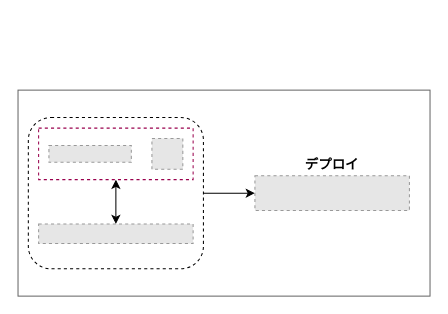
The draw.io diagram src/assets/readme/architecture.png.drawio in kurakke/library, before the edit. Source tidied: cells renumbered, new cells numbered last; positions are measured from the earlier drawing's top-left corner, leaving out a move shared by most shapes. Both pictures are drawn from the tidied source at 103%, with x=0, y=0 at pixel (18, 90). Pictures stored in the file or linked from it are replaced by grey dashed boxes.
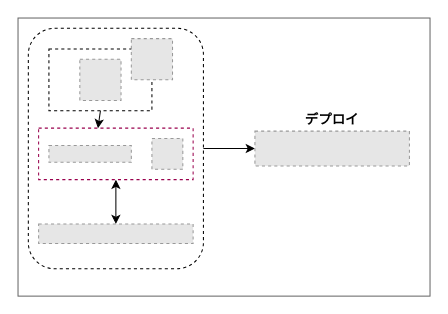
Above is the later version.

Commit message:
feat: アーキテクチャを編集しました.

Diff of the diagram source:
```diff
@@
 <mxGraphModel>
   <root>
     <mxCell id="0" />
     <mxCell id="1" parent="0" />
     <mxCell id="2" style="rounded=0;whiteSpace=wrap;html=1;fillColor=#FFFFFF;fontColor=#333333;strokeColor=#666666;" parent="1" vertex="1">
-      <mxGeometry width="400" height="200" as="geometry" />
+      <mxGeometry y="-70" width="400" height="270" as="geometry" />
     </mxCell>
     <mxCell id="3" style="rounded=1;whiteSpace=wrap;html=1;fillColor=none;strokeColor=#000000;dashed=1;" parent="1" vertex="1">
-      <mxGeometry x="10" y="26.6" width="170" height="146.9" as="geometry" />
+      <mxGeometry x="10" y="-60" width="170" height="233.4" as="geometry" />
     </mxCell>
     <mxCell id="4" style="rounded=0;whiteSpace=wrap;html=1;dashed=1;fillColor=none;strokeColor=#99004D;" parent="1" vertex="1">
       <mxGeometry x="20" y="36.9" width="150" height="50" as="geometry" />
     </mxCell>
     <mxCell id="5" style="endArrow=classic;startArrow=classic;html=1;strokeColor=#000000;entryX=0.5;entryY=0;entryDx=0;entryDy=0;exitX=0.5;exitY=1;exitDx=0;exitDy=0;" parent="1" edge="1" source="4" target="8">
       <mxGeometry relative="1" as="geometry" />
     </mxCell>
     <mxCell id="6" style="fillColor=#E6E6E6;strokeColor=#999999;dashed=1;verticalLabelPosition=bottom;verticalAlign=top;" parent="1" vertex="1">
       <mxGeometry x="30" y="53.8" width="80" height="16.2" as="geometry" />
     </mxCell>
     <mxCell id="7" style="fillColor=#E6E6E6;strokeColor=#999999;dashed=1;verticalLabelPosition=bottom;verticalAlign=top;" parent="1" vertex="1">
       <mxGeometry x="130" y="46.9" width="30" height="30" as="geometry" />
     </mxCell>
     <mxCell id="8" style="fillColor=#E6E6E6;strokeColor=#999999;dashed=1;verticalLabelPosition=bottom;verticalAlign=top;" parent="1" vertex="1">
       <mxGeometry x="20" y="130" width="150" height="19" as="geometry" />
     </mxCell>
     <mxCell id="9" style="endArrow=classic;html=1;strokeColor=#000000;exitX=1;exitY=0.5;exitDx=0;exitDy=0;" parent="1" edge="1" source="3" target="10">
       <mxGeometry relative="1" as="geometry" />
     </mxCell>
     <mxCell id="10" style="fillColor=#E6E6E6;strokeColor=#999999;dashed=1;verticalLabelPosition=bottom;verticalAlign=top;" parent="1" vertex="1">
-      <mxGeometry x="230" y="83.1" width="150" height="33.8" as="geometry" />
+      <mxGeometry x="230" y="39.8" width="150" height="33.8" as="geometry" />
     </mxCell>
     <mxCell id="11" value="&lt;span style=&quot;background-color: rgb(255, 255, 255);&quot;&gt;&lt;font face=&quot;Verdana&quot; style=&quot;font-size: 13px;&quot; color=&quot;#000000&quot;&gt;&lt;b&gt;デプロイ&lt;/b&gt;&lt;/font&gt;&lt;/span&gt;" style="text;html=1;align=center;verticalAlign=middle;whiteSpace=wrap;rounded=0;dashed=1;fillColor=none;" parent="1" vertex="1">
-      <mxGeometry x="270" y="53.8" width="70" height="36.9" as="geometry" />
+      <mxGeometry x="270" y="10" width="70" height="36.9" as="geometry" />
     </mxCell>
+    <mxCell id="12" style="fillColor=#E6E6E6;strokeColor=#999999;dashed=1;verticalLabelPosition=bottom;verticalAlign=top;" parent="1" vertex="1">
+      <mxGeometry x="60" y="-30" width="40" height="40" as="geometry" />
+    </mxCell>
+    <mxCell id="13" style="edgeStyle=none;html=1;exitX=0.5;exitY=1;exitDx=0;exitDy=0;entryX=0.384;entryY=0.002;entryDx=0;entryDy=0;entryPerimeter=0;strokeColor=#000000;" parent="1" edge="1" source="14" target="4">
+      <mxGeometry relative="1" as="geometry" />
+    </mxCell>
+    <mxCell id="14" style="text;html=1;fillColor=none;align=center;verticalAlign=middle;whiteSpace=wrap;rounded=0;strokeColor=#000000;dashed=1;" parent="1" vertex="1">
+      <mxGeometry x="30" y="-40" width="100" height="60" as="geometry" />
+    </mxCell>
+    <mxCell id="15" style="fillColor=#E6E6E6;strokeColor=#999999;dashed=1;verticalLabelPosition=bottom;verticalAlign=top;" parent="1" vertex="1">
+      <mxGeometry x="110" y="-50" width="40" height="40" as="geometry" />
+    </mxCell>
   </root>
 </mxGraphModel>
```
